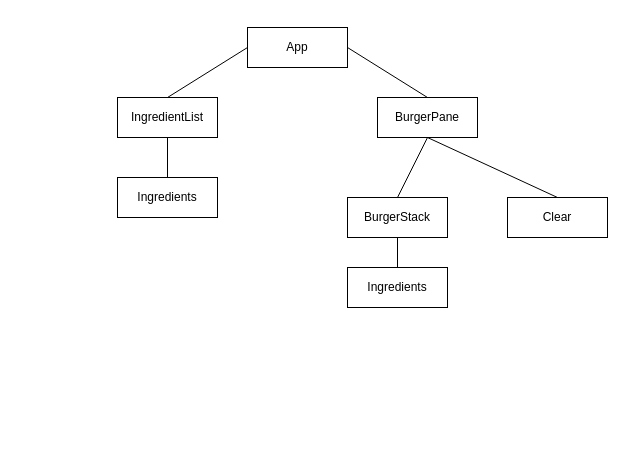
Before: erd.drawio in WDI-SEA/react-burger-stacker, a draw.io diagram. Source tidied: cells renumbered, new cells numbered last; positions are measured from the earlier drawing's top-left corner, leaving out a move shared by most shapes. Both pictures are drawn from the tidied source at 100%, with x=0, y=0 at pixel (117, 27).
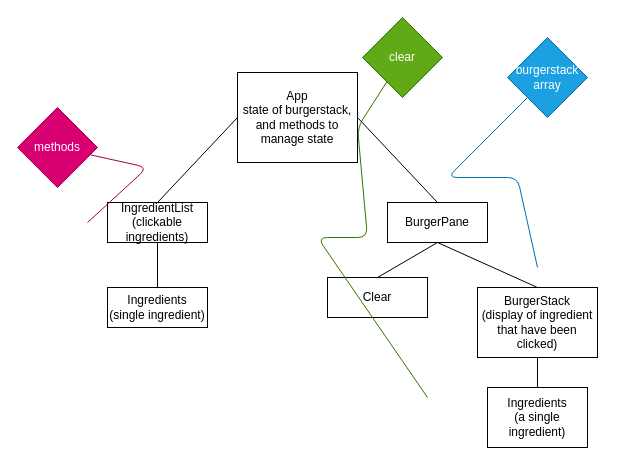
After the change.

Change to the diagram source:
```diff
@@
-    <mxCell id="2" value="App" style="whiteSpace=wrap;html=1;align=center;" parent="1" vertex="1">
-      <mxGeometry x="130" width="100" height="40" as="geometry" />
+    <mxCell id="2" value="App&lt;br&gt;state of burgerstack, and methods to manage state" style="whiteSpace=wrap;html=1;align=center;" parent="1" vertex="1">
+      <mxGeometry x="120" y="45" width="120" height="90" as="geometry" />
     </mxCell>
-    <mxCell id="3" value="IngredientList" style="whiteSpace=wrap;html=1;align=center;" parent="1" vertex="1">
-      <mxGeometry y="70" width="100" height="40" as="geometry" />
+    <mxCell id="3" value="IngredientList&lt;br&gt;(clickable ingredients)" style="whiteSpace=wrap;html=1;align=center;" parent="1" vertex="1">
+      <mxGeometry x="-10" y="175" width="100" height="40" as="geometry" />
     </mxCell>
-    <mxCell id="4" value="Ingredients" style="whiteSpace=wrap;html=1;align=center;" parent="1" vertex="1">
-      <mxGeometry y="150" width="100" height="40" as="geometry" />
+    <mxCell id="4" value="Ingredients&lt;br&gt;(single ingredient)" style="whiteSpace=wrap;html=1;align=center;" parent="1" vertex="1">
+      <mxGeometry x="-10" y="260" width="100" height="40" as="geometry" />
     </mxCell>
     <mxCell id="5" value="BurgerPane" style="whiteSpace=wrap;html=1;align=center;" parent="1" vertex="1">
-      <mxGeometry x="260" y="70" width="100" height="40" as="geometry" />
+      <mxGeometry x="270" y="175" width="100" height="40" as="geometry" />
     </mxCell>
-    <mxCell id="6" value="BurgerStack" style="whiteSpace=wrap;html=1;align=center;" parent="1" vertex="1">
-      <mxGeometry x="230" y="170" width="100" height="40" as="geometry" />
+    <mxCell id="6" value="BurgerStack&lt;br&gt;(display of ingredient that have been clicked)" style="whiteSpace=wrap;html=1;align=center;" parent="1" vertex="1">
+      <mxGeometry x="360" y="260" width="120" height="70" as="geometry" />
     </mxCell>
-    <mxCell id="7" value="Ingredients" style="whiteSpace=wrap;html=1;align=center;" parent="1" vertex="1">
-      <mxGeometry x="230" y="240" width="100" height="40" as="geometry" />
+    <mxCell id="7" value="Ingredients&lt;br&gt;(a single ingredient)" style="whiteSpace=wrap;html=1;align=center;" parent="1" vertex="1">
+      <mxGeometry x="370" y="360" width="100" height="60" as="geometry" />
     </mxCell>
     <mxCell id="8" value="Clear" style="whiteSpace=wrap;html=1;align=center;" parent="1" vertex="1">
-      <mxGeometry x="390" y="170" width="100" height="40" as="geometry" />
+      <mxGeometry x="210" y="250" width="100" height="40" as="geometry" />
     </mxCell>
@@
+    <mxCell id="15" value="methods" style="rhombus;whiteSpace=wrap;html=1;fillColor=#d80073;fontColor=#ffffff;strokeColor=#A50040;" parent="1" vertex="1">
+      <mxGeometry x="-100" y="80" width="80" height="80" as="geometry" />
+    </mxCell>
+    <mxCell id="16" value="clear" style="rhombus;whiteSpace=wrap;html=1;fillColor=#60a917;fontColor=#ffffff;strokeColor=#2D7600;" parent="1" vertex="1">
+      <mxGeometry x="245" y="-10" width="80" height="80" as="geometry" />
+    </mxCell>
+    <mxCell id="17" value="burgerstack&lt;br&gt;array" style="rhombus;whiteSpace=wrap;html=1;fillColor=#1ba1e2;fontColor=#ffffff;strokeColor=#006EAF;" parent="1" vertex="1">
+      <mxGeometry x="390" y="10" width="80" height="80" as="geometry" />
+    </mxCell>
+    <mxCell id="18" style="endArrow=none;html=1;fillColor=#1ba1e2;strokeColor=#006EAF;" parent="1" edge="1" target="17">
+      <mxGeometry relative="1" as="geometry">
+        <mxPoint x="420" y="240" as="sourcePoint" />
+        <Array as="points">
+          <mxPoint x="400" y="150" />
+          <mxPoint x="330" y="150" />
+        </Array>
+      </mxGeometry>
+    </mxCell>
+    <mxCell id="19" style="endArrow=none;html=1;fillColor=#60a917;strokeColor=#2D7600;" parent="1" edge="1" target="16">
+      <mxGeometry relative="1" as="geometry">
+        <mxPoint x="310" y="370" as="sourcePoint" />
+        <Array as="points">
+          <mxPoint x="200" y="210" />
+          <mxPoint x="250" y="210" />
+          <mxPoint x="240" y="100" />
+        </Array>
+      </mxGeometry>
+    </mxCell>
+    <mxCell id="20" style="endArrow=none;html=1;fillColor=#d80073;strokeColor=#A50040;" parent="1" edge="1" source="15">
+      <mxGeometry relative="1" as="geometry">
+        <mxPoint x="-30" y="195" as="targetPoint" />
+        <Array as="points">
+          <mxPoint x="30" y="140" />
+        </Array>
+      </mxGeometry>
+    </mxCell>
```
